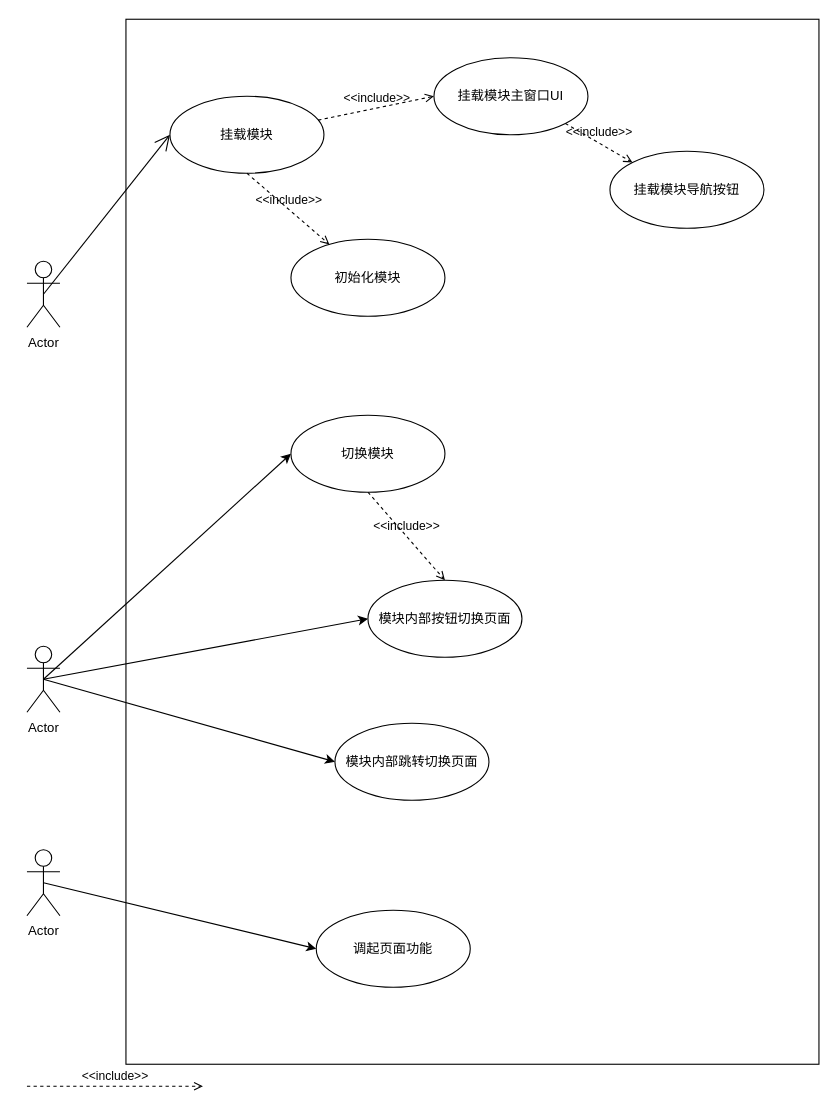
Earlier version of the draw.io diagram 用例图.drawio.xml (chenminchn/UML). Source tidied: cells renumbered, new cells numbered last; positions are measured from the earlier drawing's top-left corner, leaving out a move shared by most shapes. Both pictures are drawn from the tidied source at 110%, with x=0, y=0 at pixel (26, 19).
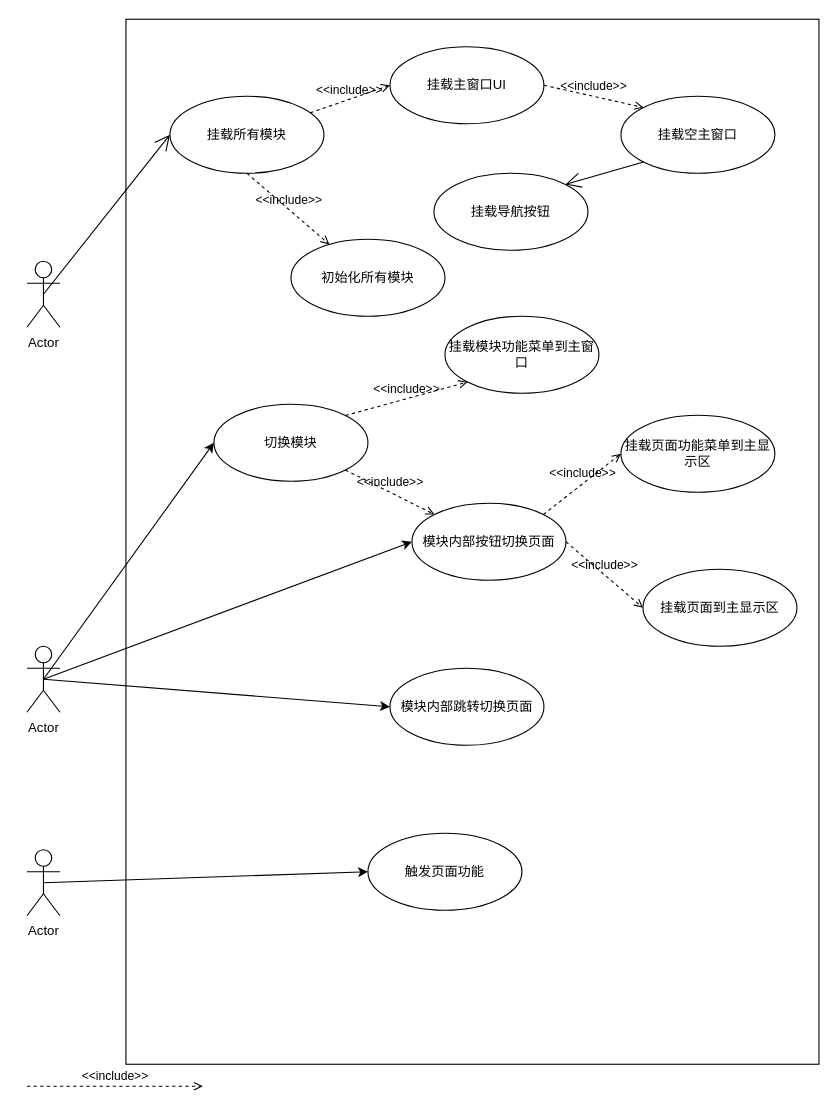
Above is the later version.

Change to the diagram source:
```diff
@@
     <mxCell id="7" value="切换模块" style="ellipse;whiteSpace=wrap;html=1;" parent="1" vertex="1">
-      <mxGeometry x="240" y="360" width="140" height="70" as="geometry" />
+      <mxGeometry x="170" y="350" width="140" height="70" as="geometry" />
     </mxCell>
     <mxCell id="8" value="模块内部按钮切换页面" style="ellipse;whiteSpace=wrap;html=1;" parent="1" vertex="1">
-      <mxGeometry x="310" y="510" width="140" height="70" as="geometry" />
+      <mxGeometry x="350" y="440" width="140" height="70" as="geometry" />
     </mxCell>
-    <mxCell id="9" value="&amp;lt;&amp;lt;include&amp;gt;&amp;gt;" style="edgeStyle=none;html=1;endArrow=open;verticalAlign=bottom;dashed=1;labelBackgroundColor=none;exitX=0.5;exitY=1;exitDx=0;exitDy=0;entryX=0.5;entryY=0;entryDx=0;entryDy=0;" parent="1" edge="1" source="7" target="8">
+    <mxCell id="9" value="&amp;lt;&amp;lt;include&amp;gt;&amp;gt;" style="edgeStyle=none;html=1;endArrow=open;verticalAlign=bottom;dashed=1;labelBackgroundColor=none;exitX=1;exitY=1;exitDx=0;exitDy=0;entryX=0;entryY=0;entryDx=0;entryDy=0;" parent="1" edge="1" source="7" target="8">
       <mxGeometry relative="1" as="geometry" />
     </mxCell>
@@
-    <mxCell id="12" value="调起页面功能" style="ellipse;whiteSpace=wrap;html=1;" parent="1" vertex="1">
-      <mxGeometry x="263" y="810" width="140" height="70" as="geometry" />
+    <mxCell id="12" value="触发页面功能" style="ellipse;whiteSpace=wrap;html=1;" parent="1" vertex="1">
+      <mxGeometry x="310" y="740" width="140" height="70" as="geometry" />
     </mxCell>
     <mxCell id="13" value="模块内部跳转切换页面" style="ellipse;whiteSpace=wrap;html=1;" parent="1" vertex="1">
-      <mxGeometry x="280" y="640" width="140" height="70" as="geometry" />
+      <mxGeometry x="330" y="590" width="140" height="70" as="geometry" />
     </mxCell>
@@
-    <mxCell id="15" value="挂载模块" style="ellipse;whiteSpace=wrap;html=1;" parent="1" vertex="1">
+    <mxCell id="15" value="挂载所有模块" style="ellipse;whiteSpace=wrap;html=1;" parent="1" vertex="1">
       <mxGeometry x="130" y="70" width="140" height="70" as="geometry" />
     </mxCell>
@@
-    <mxCell id="18" value="挂载模块主窗口UI" style="ellipse;whiteSpace=wrap;html=1;" parent="1" vertex="1">
-      <mxGeometry x="370" y="35" width="140" height="70" as="geometry" />
+    <mxCell id="18" value="挂载主窗口UI" style="ellipse;whiteSpace=wrap;html=1;" parent="1" vertex="1">
+      <mxGeometry x="330" y="25" width="140" height="70" as="geometry" />
     </mxCell>
-    <mxCell id="19" value="初始化模块" style="ellipse;whiteSpace=wrap;html=1;" parent="1" vertex="1">
+    <mxCell id="19" value="初始化所有模块" style="ellipse;whiteSpace=wrap;html=1;" parent="1" vertex="1">
       <mxGeometry x="240" y="200" width="140" height="70" as="geometry" />
     </mxCell>
@@
-    <mxCell id="22" value="挂载模块导航按钮" style="ellipse;whiteSpace=wrap;html=1;" parent="1" vertex="1">
-      <mxGeometry x="530" y="120" width="140" height="70" as="geometry" />
+    <mxCell id="22" value="挂载导航按钮" style="ellipse;whiteSpace=wrap;html=1;" parent="1" vertex="1">
+      <mxGeometry x="370" y="140" width="140" height="70" as="geometry" />
     </mxCell>
-    <mxCell id="23" value="&amp;lt;&amp;lt;include&amp;gt;&amp;gt;" style="edgeStyle=none;html=1;endArrow=open;verticalAlign=bottom;dashed=1;labelBackgroundColor=none;entryX=0;entryY=0;entryDx=0;entryDy=0;exitX=1;exitY=1;exitDx=0;exitDy=0;" parent="1" edge="1" source="18" target="22">
-      <mxGeometry relative="1" as="geometry" />
-    </mxCell>
+    <mxCell id="24" value="挂载模块功能菜单到主窗口" style="ellipse;whiteSpace=wrap;html=1;" parent="1" vertex="1">
+      <mxGeometry x="380" y="270" width="140" height="70" as="geometry" />
+    </mxCell>
+    <mxCell id="25" value="&amp;lt;&amp;lt;include&amp;gt;&amp;gt;" style="edgeStyle=none;html=1;endArrow=open;verticalAlign=bottom;dashed=1;labelBackgroundColor=none;exitX=1;exitY=0;exitDx=0;exitDy=0;entryX=0;entryY=1;entryDx=0;entryDy=0;" parent="1" edge="1" source="7" target="24">
+      <mxGeometry relative="1" as="geometry" />
+    </mxCell>
+    <mxCell id="26" value="挂载页面功能菜单到主显示区" style="ellipse;whiteSpace=wrap;html=1;" parent="1" vertex="1">
+      <mxGeometry x="540" y="360" width="140" height="70" as="geometry" />
+    </mxCell>
+    <mxCell id="27" value="&amp;lt;&amp;lt;include&amp;gt;&amp;gt;" style="edgeStyle=none;html=1;endArrow=open;verticalAlign=bottom;dashed=1;labelBackgroundColor=none;entryX=0;entryY=0.5;entryDx=0;entryDy=0;exitX=1;exitY=0;exitDx=0;exitDy=0;" parent="1" edge="1" source="8" target="26">
+      <mxGeometry relative="1" as="geometry" />
+    </mxCell>
+    <mxCell id="28" value="挂载空主窗口" style="ellipse;whiteSpace=wrap;html=1;" parent="1" vertex="1">
+      <mxGeometry x="540" y="70" width="140" height="70" as="geometry" />
+    </mxCell>
+    <mxCell id="29" value="&amp;lt;&amp;lt;include&amp;gt;&amp;gt;" style="edgeStyle=none;html=1;endArrow=open;verticalAlign=bottom;dashed=1;labelBackgroundColor=none;entryX=0;entryY=0;entryDx=0;entryDy=0;exitX=1;exitY=0.5;exitDx=0;exitDy=0;" parent="1" edge="1" source="18" target="28">
+      <mxGeometry relative="1" as="geometry" />
+    </mxCell>
+    <mxCell id="30" style="endArrow=open;endFill=1;endSize=12;html=1;exitX=0;exitY=1;exitDx=0;exitDy=0;entryX=1;entryY=0;entryDx=0;entryDy=0;" parent="1" edge="1" source="28" target="22">
+      <mxGeometry relative="1" as="geometry" />
+    </mxCell>
+    <mxCell id="31" value="挂载页面到主显示区" style="ellipse;whiteSpace=wrap;html=1;" parent="1" vertex="1">
+      <mxGeometry x="560" y="500" width="140" height="70" as="geometry" />
+    </mxCell>
+    <mxCell id="32" value="&amp;lt;&amp;lt;include&amp;gt;&amp;gt;" style="edgeStyle=none;html=1;endArrow=open;verticalAlign=bottom;dashed=1;labelBackgroundColor=none;exitX=1;exitY=0.5;exitDx=0;exitDy=0;entryX=0;entryY=0.5;entryDx=0;entryDy=0;" parent="1" edge="1" source="8" target="31">
+      <mxGeometry relative="1" as="geometry" />
+    </mxCell>
```
